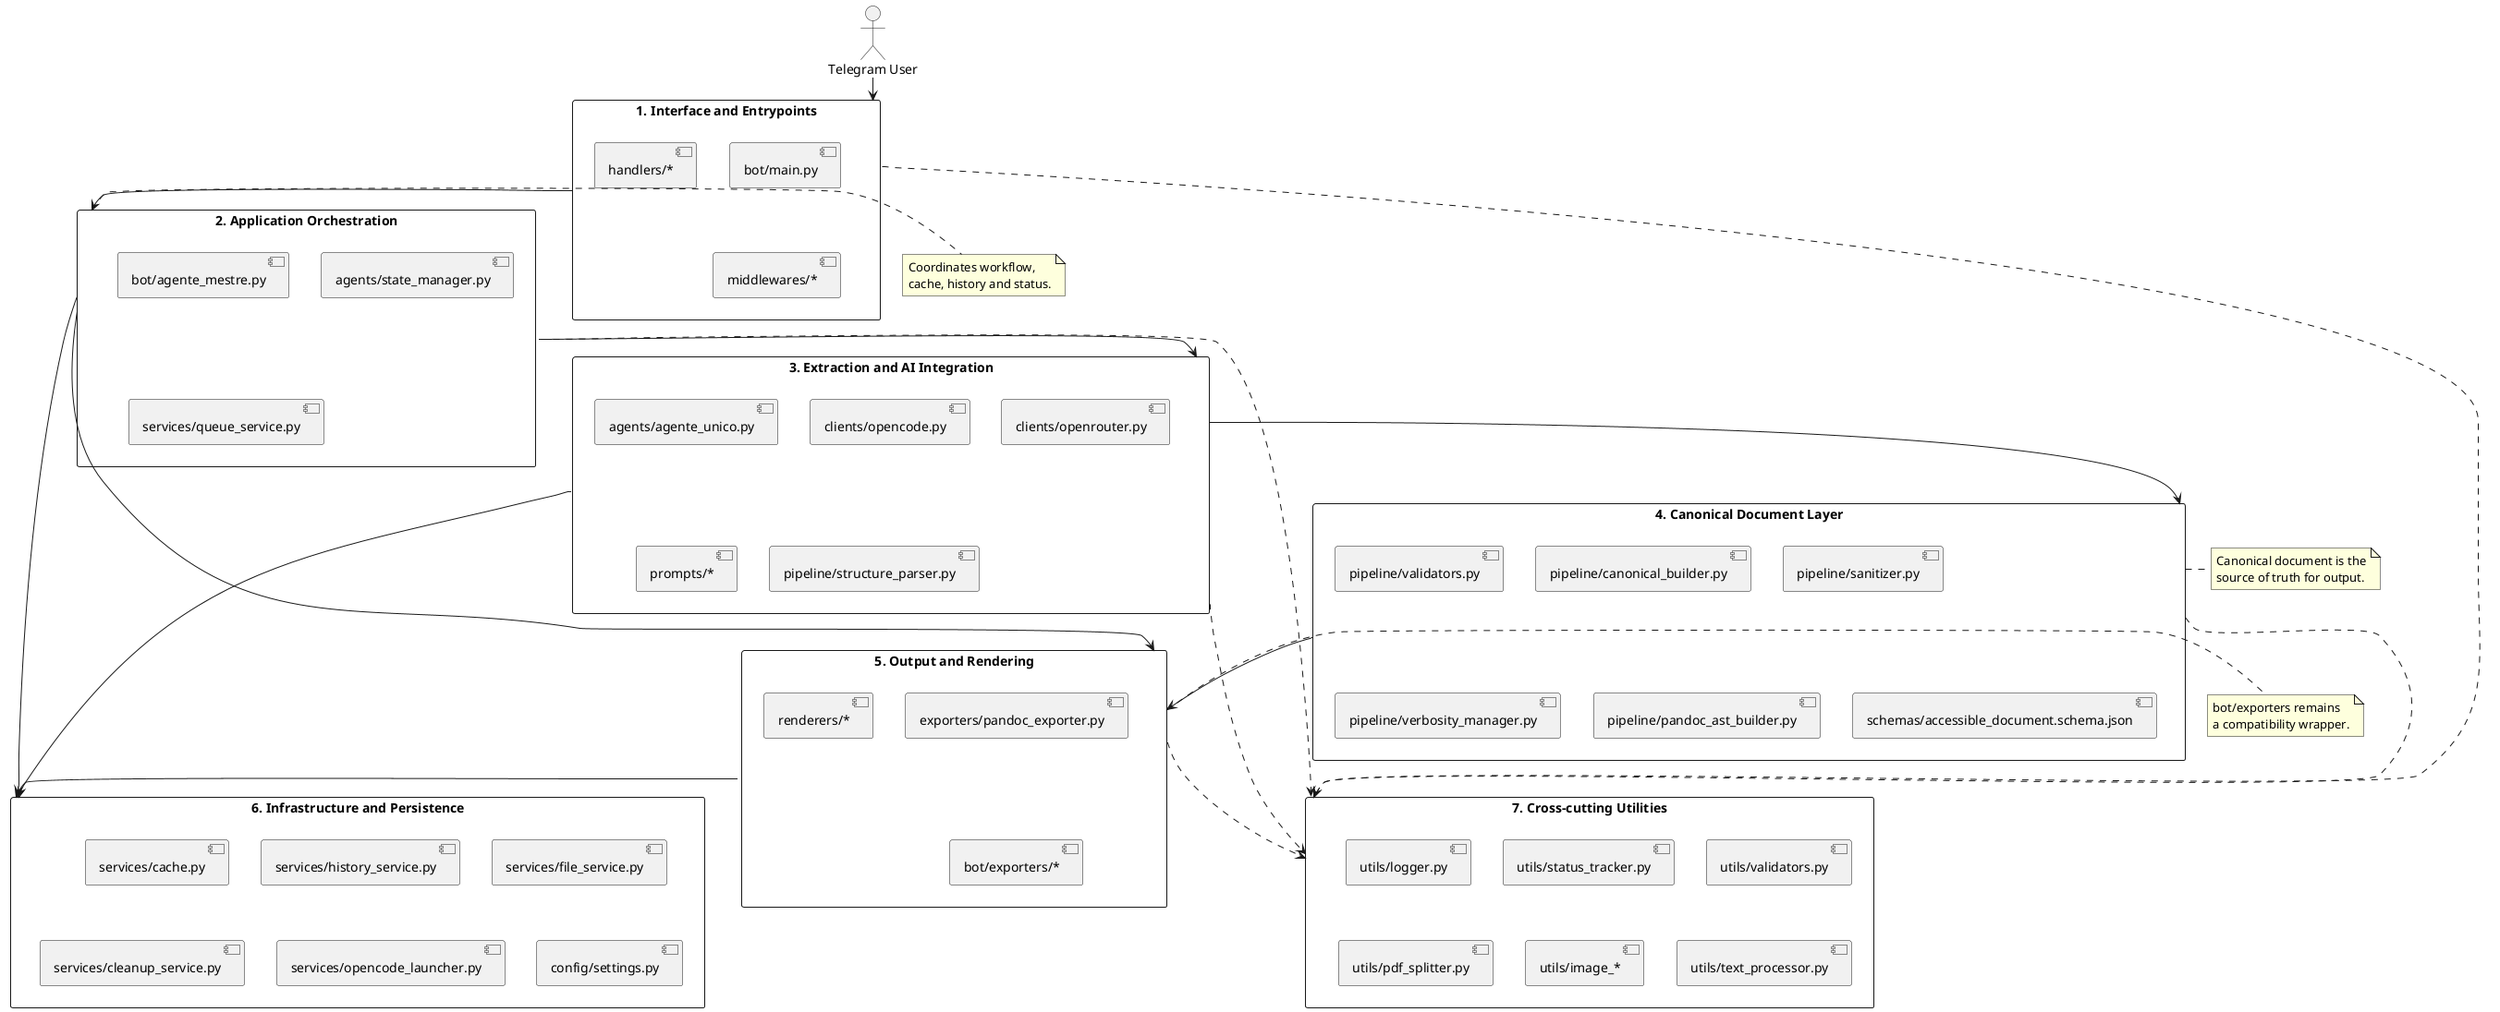
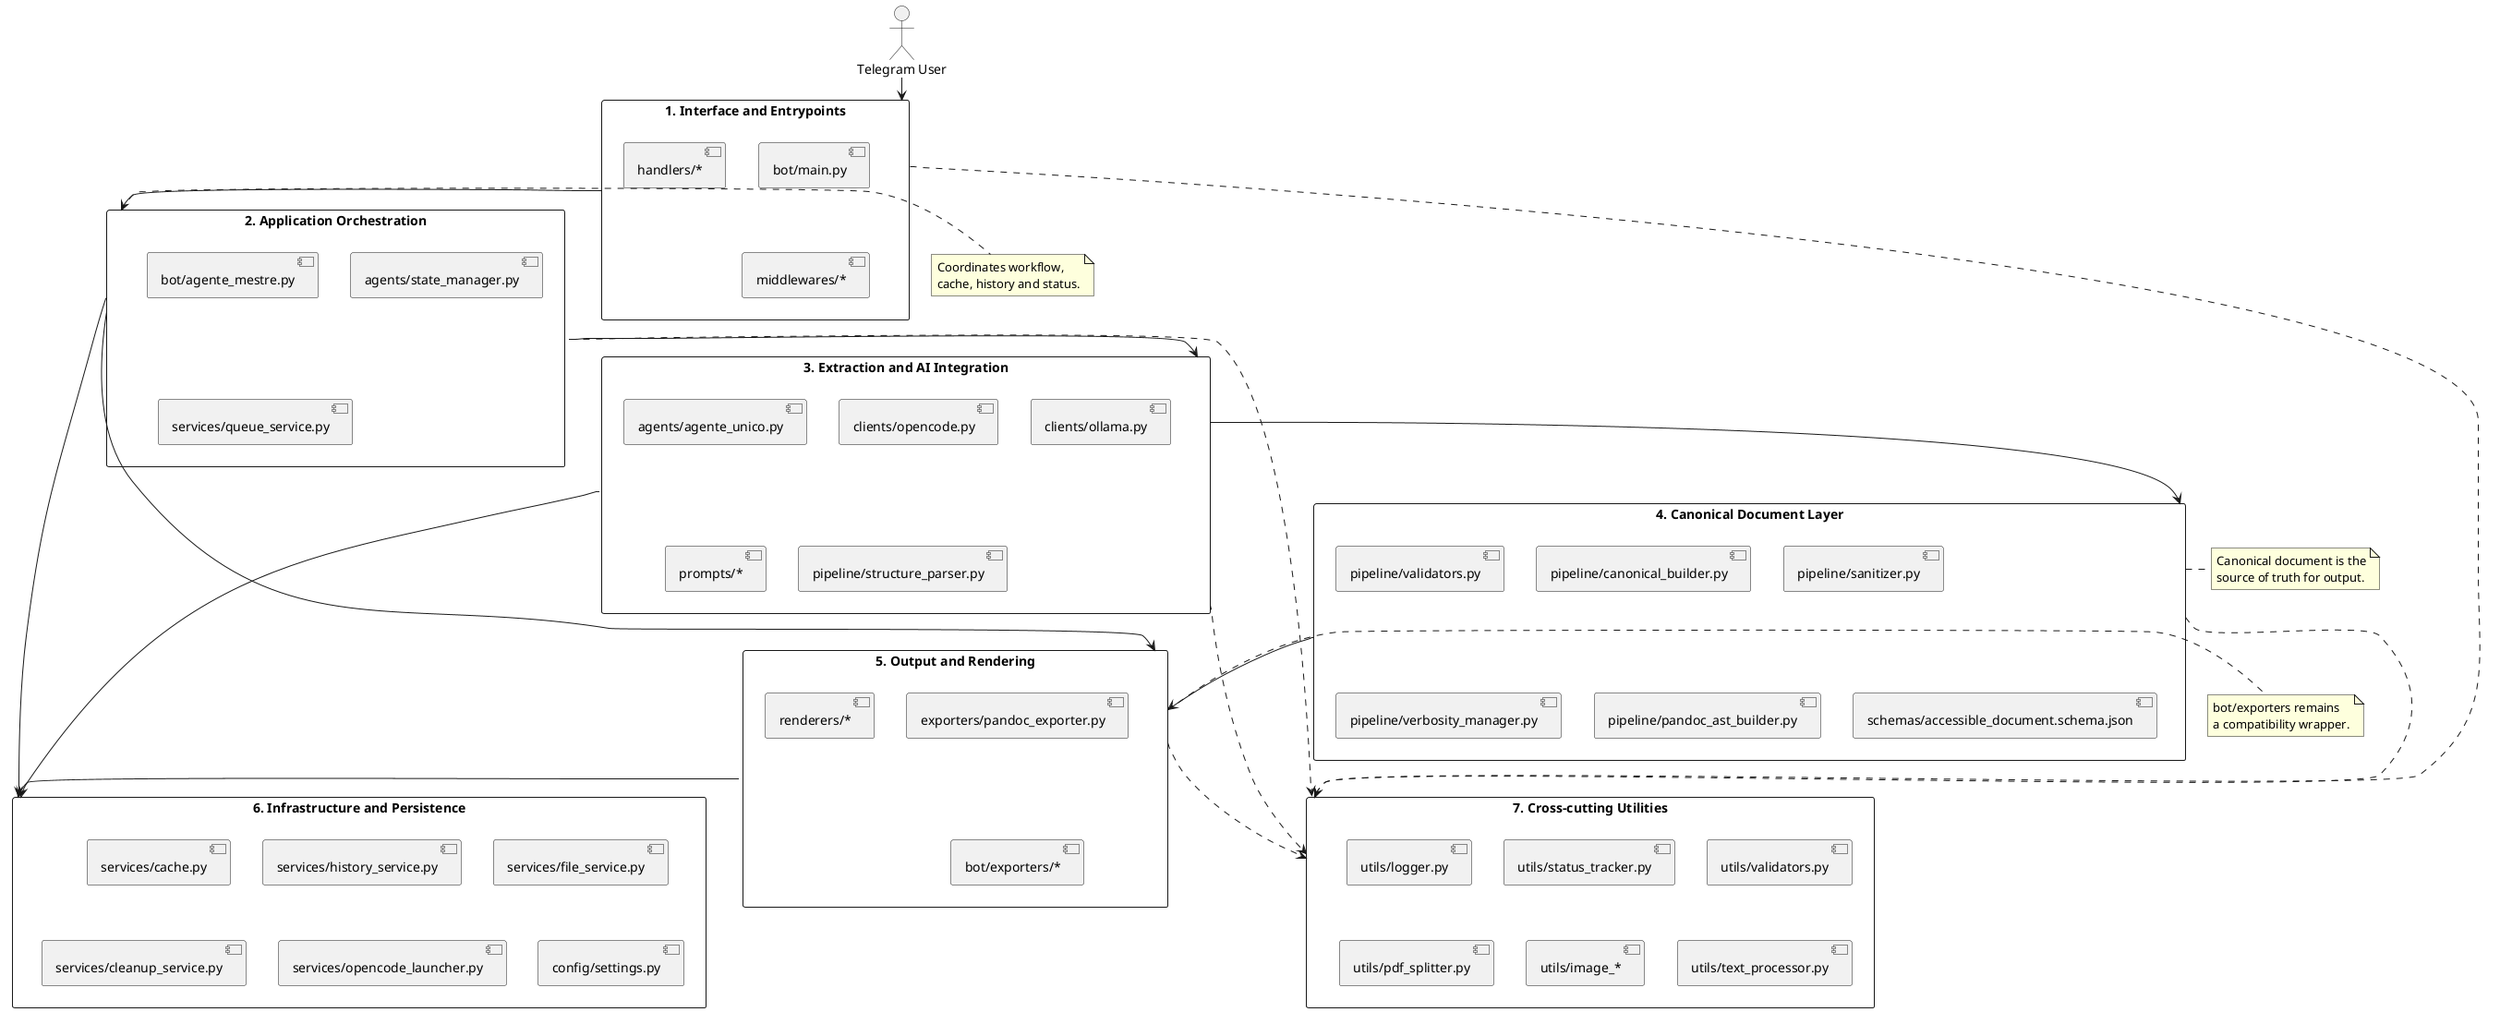
@startuml layers
top to bottom direction
skinparam shadowing false
skinparam packageStyle rectangle

actor "Telegram User" as User

rectangle "1. Interface and Entrypoints" as L1 {
  component "bot/main.py" as Main
  component "handlers/*" as Handlers
  component "middlewares/*" as Middleware
}

rectangle "2. Application Orchestration" as L2 {
  component "bot/agente_mestre.py" as Master
  component "agents/state_manager.py" as StateManager
  component "services/queue_service.py" as Queue
}

rectangle "3. Extraction and AI Integration" as L3 {
  component "agents/agente_unico.py" as Agent
  component "clients/opencode.py" as OpenCode
-   component "clients/openrouter.py" as OpenRouter
+   component "clients/ollama.py" as Ollama
  component "prompts/*" as Prompts
  component "pipeline/structure_parser.py" as Parser
}

rectangle "4. Canonical Document Layer" as L4 {
  component "pipeline/canonical_builder.py" as Builder
  component "pipeline/sanitizer.py" as Sanitizer
  component "pipeline/validators.py" as Validators
  component "pipeline/verbosity_manager.py" as Verbosity
  component "pipeline/pandoc_ast_builder.py" as AstBuilder
  component "schemas/accessible_document.schema.json" as Schema
}

rectangle "5. Output and Rendering" as L5 {
  component "exporters/pandoc_exporter.py" as Exporter
  component "renderers/*" as Renderers
  component "bot/exporters/*" as CompatExporters
}

rectangle "6. Infrastructure and Persistence" as L6 {
  component "services/cache.py" as Cache
  component "services/history_service.py" as History
  component "services/file_service.py" as FileService
  component "services/cleanup_service.py" as Cleanup
  component "services/opencode_launcher.py" as Launcher
  component "config/settings.py" as Settings
}

rectangle "7. Cross-cutting Utilities" as L7 {
  component "utils/logger.py" as Logger
  component "utils/status_tracker.py" as Tracker
  component "utils/validators.py" as FileValidators
  component "utils/pdf_splitter.py" as PdfSplitter
  component "utils/image_*" as ImageUtils
  component "utils/text_processor.py" as TextProcessor
}

User --> L1
L1 --> L2
L2 --> L3
L3 --> L4
L2 --> L5
L4 --> L5

L2 --> L6
L3 --> L6
L5 --> L6

L1 ..> L7
L2 ..> L7
L3 ..> L7
L4 ..> L7
L5 ..> L7

note right of L2
Coordinates workflow,
cache, history and status.
end note

note right of L5
bot/exporters remains
a compatibility wrapper.
end note

note right of L4
Canonical document is the
source of truth for output.
end note

@enduml